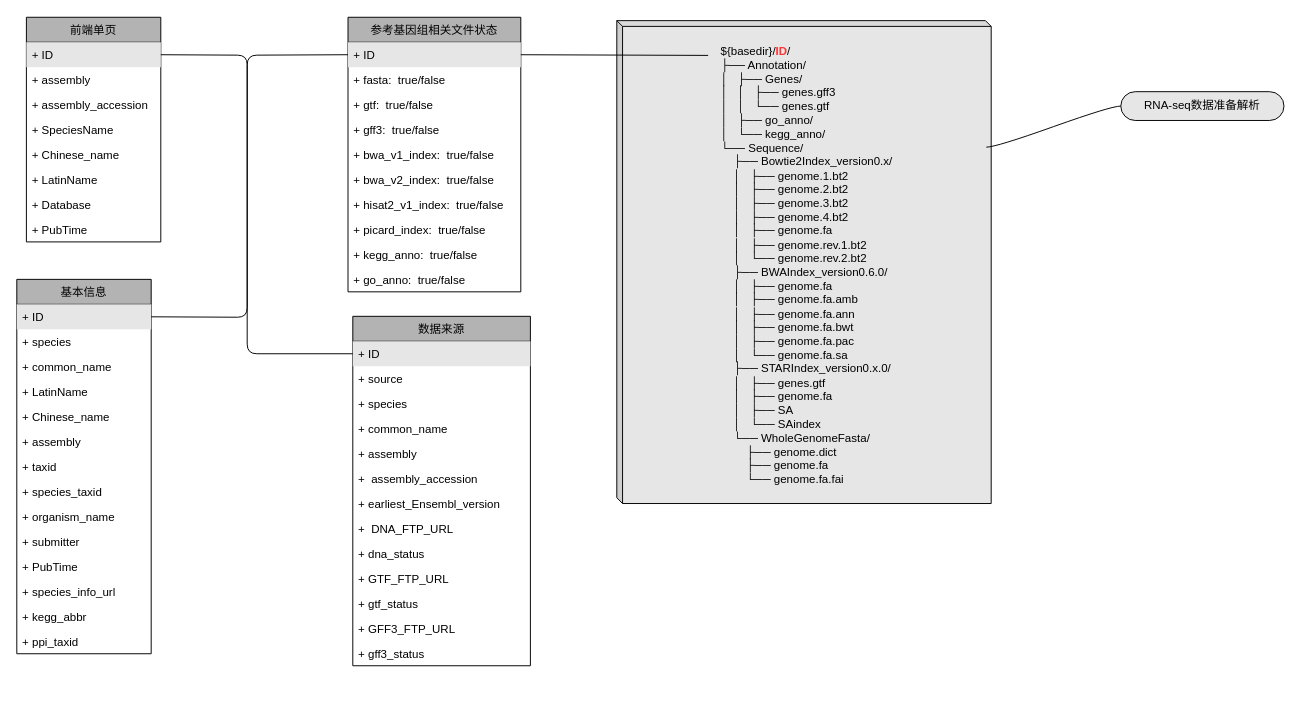
Before: 参考基因组数据库架构.drawio in lidanqing123/drawio.picture, a draw.io diagram. Source tidied: cells renumbered, new cells numbered last; positions are measured from the earlier drawing's top-left corner, leaving out a move shared by most shapes. Both pictures are drawn from the tidied source at 96%, with x=0, y=0 at pixel (16, 16).
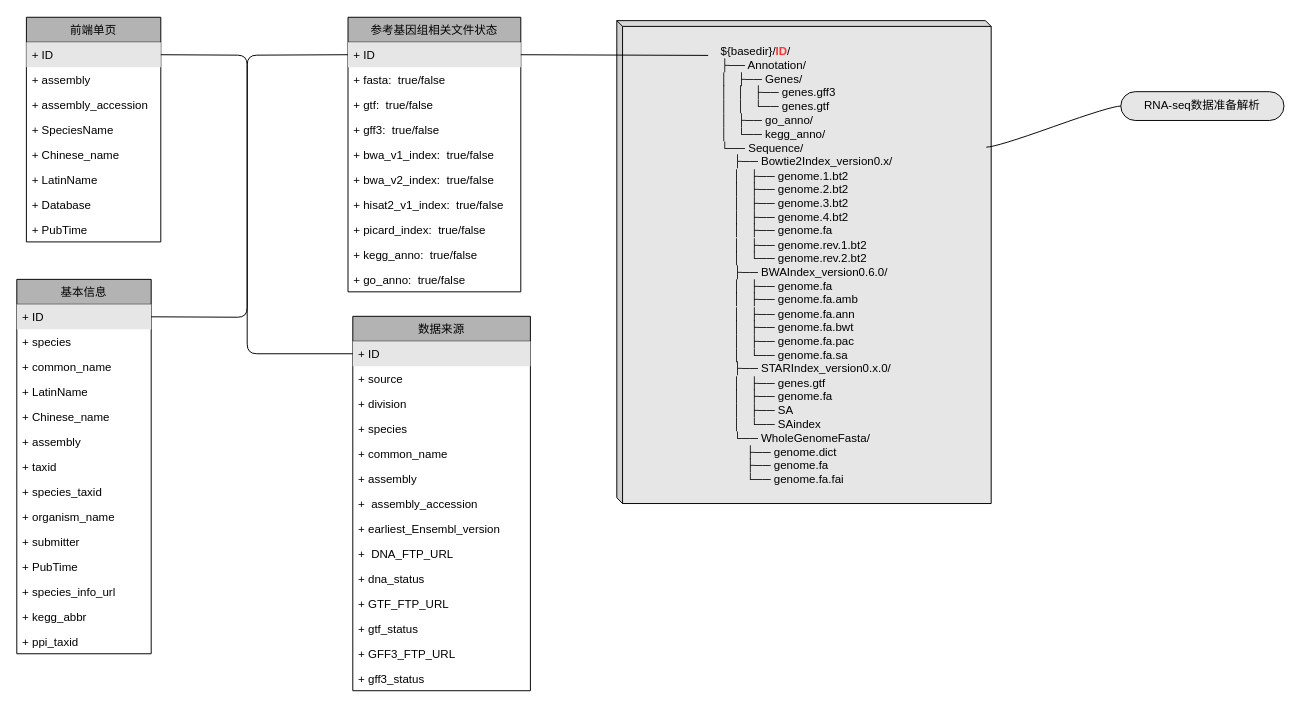
After the change.

Commit message:
更新参考基因组数据库架构.drawio

What changed in the source:
```diff
@@
     <mxCell id="11" value="数据来源" style="swimlane;fontStyle=0;horizontal=1;startSize=26;fillColor=#B3B3B3;" parent="1" vertex="1">
-      <mxGeometry x="350" y="312" width="185" height="364" as="geometry" />
+      <mxGeometry x="350" y="312" width="185" height="390" as="geometry" />
     </mxCell>
@@
+    <mxCell id="57" value="+ division" style="text;strokeColor=none;fillColor=none;align=left;verticalAlign=top;spacingLeft=4;spacingRight=4;overflow=hidden;" parent="11" vertex="1">
+      <mxGeometry y="78" width="185" height="26" as="geometry" />
+    </mxCell>
     <mxCell id="14" value="+ species" style="text;strokeColor=none;fillColor=none;align=left;verticalAlign=top;spacingLeft=4;spacingRight=4;overflow=hidden;" parent="11" vertex="1">
-      <mxGeometry y="78" width="185" height="26" as="geometry" />
+      <mxGeometry y="104" width="185" height="26" as="geometry" />
     </mxCell>
     <mxCell id="15" value="+ common_name" style="text;strokeColor=none;fillColor=none;align=left;verticalAlign=top;spacingLeft=4;spacingRight=4;overflow=hidden;" parent="11" vertex="1">
-      <mxGeometry y="104" width="185" height="26" as="geometry" />
+      <mxGeometry y="130" width="185" height="26" as="geometry" />
     </mxCell>
     <mxCell id="16" value="+ assembly" style="text;strokeColor=none;fillColor=none;align=left;verticalAlign=top;spacingLeft=4;spacingRight=4;overflow=hidden;" parent="11" vertex="1">
-      <mxGeometry y="130" width="185" height="26" as="geometry" />
+      <mxGeometry y="156" width="185" height="26" as="geometry" />
     </mxCell>
     <mxCell id="17" value="+   assembly_accession" style="text;strokeColor=none;fillColor=none;align=left;verticalAlign=top;spacingLeft=4;spacingRight=4;overflow=hidden;" parent="11" vertex="1">
-      <mxGeometry y="156" width="185" height="26" as="geometry" />
+      <mxGeometry y="182" width="185" height="26" as="geometry" />
     </mxCell>
     <mxCell id="18" value="+ earliest_Ensembl_version" style="text;strokeColor=none;fillColor=none;align=left;verticalAlign=top;spacingLeft=4;spacingRight=4;overflow=hidden;" parent="11" vertex="1">
-      <mxGeometry y="182" width="185" height="26" as="geometry" />
+      <mxGeometry y="208" width="185" height="26" as="geometry" />
     </mxCell>
     <mxCell id="19" value="+   DNA_FTP_URL" style="text;strokeColor=none;fillColor=none;align=left;verticalAlign=top;spacingLeft=4;spacingRight=4;overflow=hidden;" parent="11" vertex="1">
-      <mxGeometry y="208" width="185" height="26" as="geometry" />
+      <mxGeometry y="234" width="185" height="26" as="geometry" />
     </mxCell>
     <mxCell id="20" value="+ dna_status" style="text;strokeColor=none;fillColor=none;align=left;verticalAlign=top;spacingLeft=4;spacingRight=4;overflow=hidden;" parent="11" vertex="1">
-      <mxGeometry y="234" width="185" height="26" as="geometry" />
+      <mxGeometry y="260" width="185" height="26" as="geometry" />
     </mxCell>
     <mxCell id="21" value="+ GTF_FTP_URL" style="text;strokeColor=none;fillColor=none;align=left;verticalAlign=top;spacingLeft=4;spacingRight=4;overflow=hidden;" parent="11" vertex="1">
-      <mxGeometry y="260" width="185" height="26" as="geometry" />
+      <mxGeometry y="286" width="185" height="26" as="geometry" />
     </mxCell>
     <mxCell id="22" value="+ gtf_status" style="text;strokeColor=none;fillColor=none;align=left;verticalAlign=top;spacingLeft=4;spacingRight=4;overflow=hidden;" parent="11" vertex="1">
-      <mxGeometry y="286" width="185" height="26" as="geometry" />
+      <mxGeometry y="312" width="185" height="26" as="geometry" />
     </mxCell>
     <mxCell id="23" value="+ GFF3_FTP_URL" style="text;strokeColor=none;fillColor=none;align=left;verticalAlign=top;spacingLeft=4;spacingRight=4;overflow=hidden;" parent="11" vertex="1">
-      <mxGeometry y="312" width="185" height="26" as="geometry" />
+      <mxGeometry y="338" width="185" height="26" as="geometry" />
     </mxCell>
     <mxCell id="24" value="+ gff3_status" style="text;strokeColor=none;fillColor=none;align=left;verticalAlign=top;spacingLeft=4;spacingRight=4;overflow=hidden;" parent="11" vertex="1">
-      <mxGeometry y="338" width="185" height="26" as="geometry" />
+      <mxGeometry y="364" width="185" height="26" as="geometry" />
     </mxCell>
```
